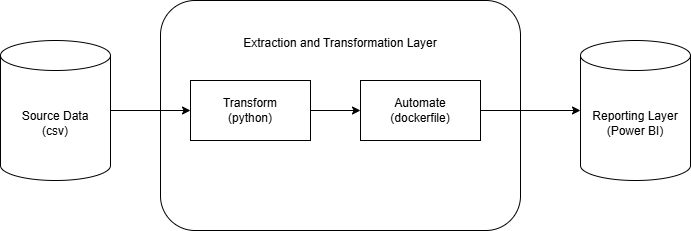
This is Day 4/Library.drawio.png from paulrot26/Module-5---Product-Development, a draw.io export, as it was before one commit. Source tidied: cells renumbered, new cells last; positions are measured from the earlier drawing's top-left corner, leaving out a move shared by most shapes.
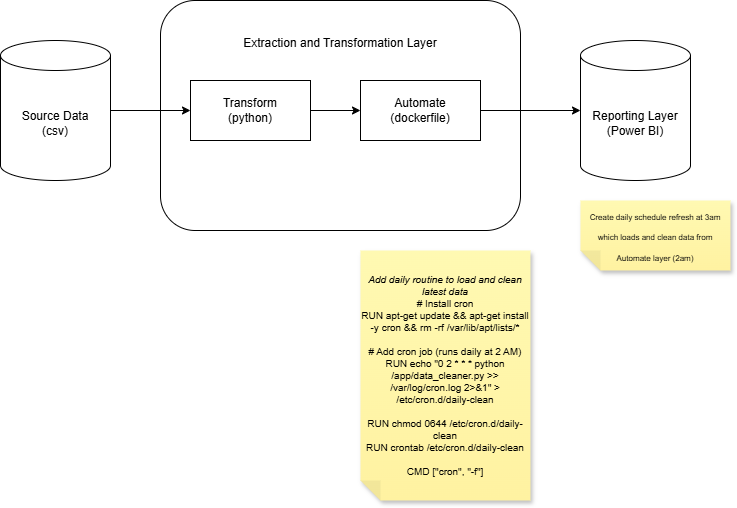
The same file after the commit.

Change to the diagram source:
```diff
@@ -26,5 +26,11 @@
     <mxCell id="9" value="Reporting Layer&lt;br&gt;(Power BI)" style="shape=cylinder3;whiteSpace=wrap;html=1;boundedLbl=1;backgroundOutline=1;size=15;" parent="1" vertex="1">
       <mxGeometry x="580" y="40" width="110" height="140" as="geometry" />
     </mxCell>
+    <mxCell id="10" value="&lt;div&gt;&lt;i&gt;Add daily routine to load and clean latest data&lt;/i&gt;&lt;br&gt;# Install cron&lt;/div&gt;&lt;div&gt;RUN apt-get update &amp;amp;&amp;amp; apt-get install -y cron &amp;amp;&amp;amp; rm -rf /var/lib/apt/lists/*&lt;/div&gt;&lt;div&gt;&lt;br&gt;&lt;/div&gt;&lt;div&gt;# Add cron job (runs daily at 2 AM)&lt;/div&gt;&lt;div&gt;RUN echo &quot;0 2 * * * python /app/data_cleaner.py &amp;gt;&amp;gt; /var/log/cron.log 2&amp;gt;&amp;amp;1&quot; &amp;gt; /etc/cron.d/daily-clean&lt;/div&gt;&lt;div&gt;&lt;br&gt;&lt;/div&gt;&lt;div&gt;RUN chmod 0644 /etc/cron.d/daily-clean&lt;/div&gt;&lt;div&gt;RUN crontab /etc/cron.d/daily-clean&lt;/div&gt;&lt;div&gt;&lt;br&gt;&lt;/div&gt;&lt;div&gt;CMD [&quot;cron&quot;, &quot;-f&quot;]&lt;/div&gt;" style="shape=note;whiteSpace=wrap;html=1;backgroundOutline=1;autosizeText=1;fontColor=#000000;darkOpacity=0.05;fillColor=#FFF9B2;strokeColor=none;fillStyle=solid;fontSize=10;direction=west;gradientDirection=north;gradientColor=#FFF2A1;shadow=1;size=20;" parent="1" vertex="1">
+      <mxGeometry x="360" y="250" width="170" height="250" as="geometry" />
+    </mxCell>
+    <mxCell id="11" value="&lt;font style=&quot;font-size: 8px;&quot;&gt;Create daily schedule refresh at 3am which loads and clean data from Automate layer (2am)&lt;/font&gt;" style="shape=note;whiteSpace=wrap;html=1;backgroundOutline=1;autosizeText=1;fontColor=#000000;darkOpacity=0.05;fillColor=#FFF9B2;strokeColor=none;fillStyle=solid;fontSize=17;direction=west;gradientDirection=north;gradientColor=#FFF2A1;shadow=1;size=20;" parent="1" vertex="1">
+      <mxGeometry x="580" y="200" width="150" height="70" as="geometry" />
+    </mxCell>
   </root>
 </mxGraphModel>
```
